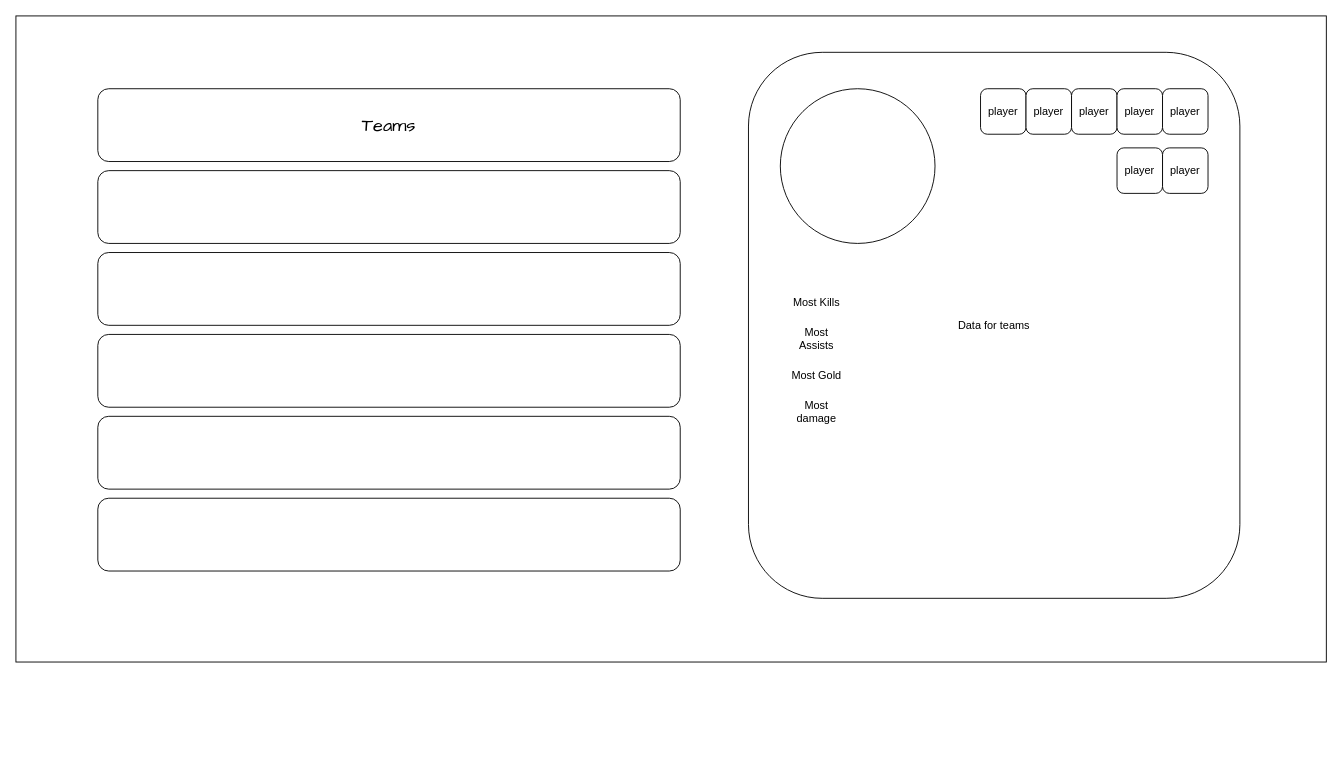
The draw.io diagram daigrams_from_site/Untitled Diagram.drawio in popados/01_diagrams, before the edit. Source tidied: cells renumbered, new cells numbered last; positions are measured from the earlier drawing's top-left corner, leaving out a move shared by most shapes. Both pictures are drawn from the tidied source at 91%, with x=0, y=0 at pixel (15, 15).
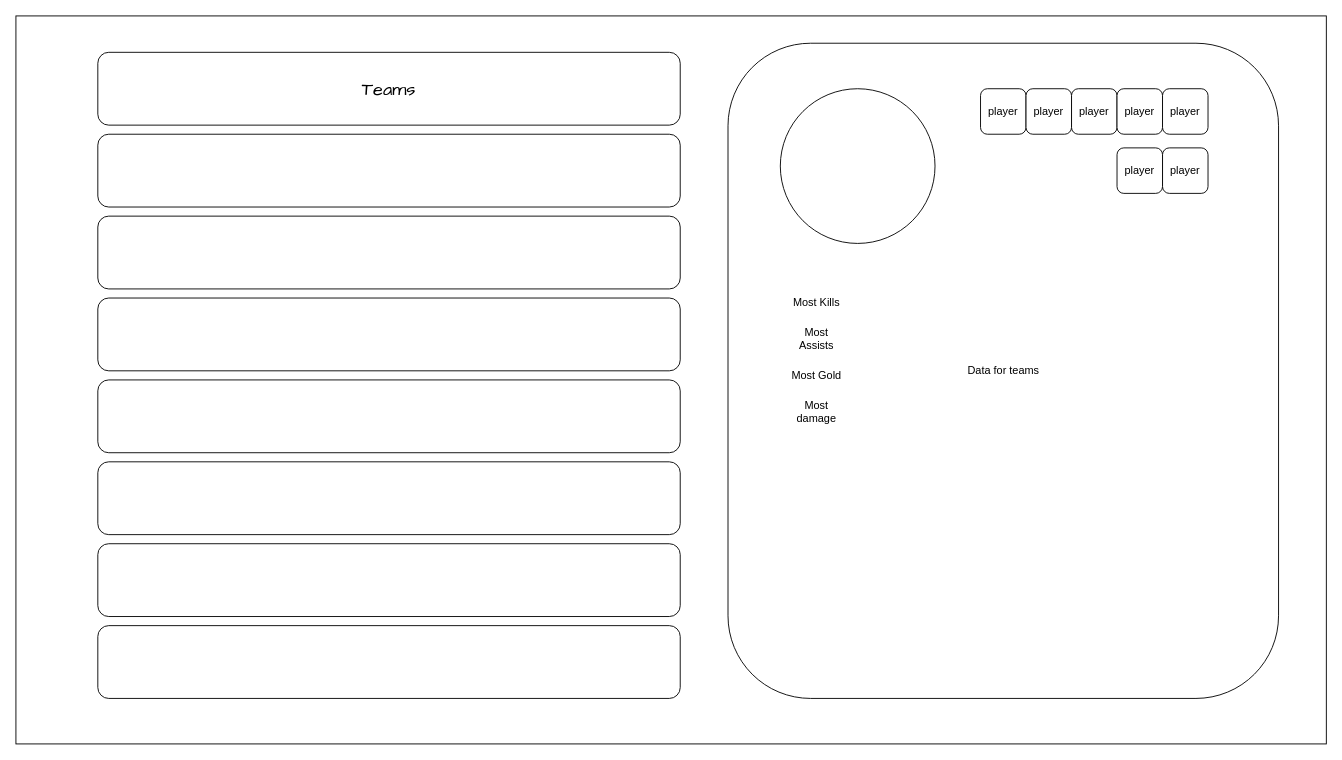
Above is the later version.

The edit, as a diff of the source:
```diff
@@
     <mxCell id="2" style="rounded=0;whiteSpace=wrap;html=1;" parent="1" vertex="1">
-      <mxGeometry width="1440" height="710" as="geometry" />
+      <mxGeometry width="1440" height="800" as="geometry" />
     </mxCell>
     <mxCell id="3" value="Teams" style="rounded=1;whiteSpace=wrap;html=1;hachureGap=4;fontFamily=Architects Daughter;fontSize=20;" parent="1" vertex="1">
-      <mxGeometry x="90" y="80" width="640" height="80" as="geometry" />
+      <mxGeometry x="90" y="40" width="640" height="80" as="geometry" />
     </mxCell>
     <mxCell id="4" style="rounded=1;whiteSpace=wrap;html=1;hachureGap=4;fontFamily=Architects Daughter;fontSize=20;" parent="1" vertex="1">
-      <mxGeometry x="90" y="350" width="640" height="80" as="geometry" />
+      <mxGeometry x="90" y="310" width="640" height="80" as="geometry" />
     </mxCell>
     <mxCell id="5" style="rounded=1;whiteSpace=wrap;html=1;hachureGap=4;fontFamily=Architects Daughter;fontSize=20;" parent="1" vertex="1">
-      <mxGeometry x="90" y="260" width="640" height="80" as="geometry" />
+      <mxGeometry x="90" y="220" width="640" height="80" as="geometry" />
     </mxCell>
     <mxCell id="6" style="rounded=1;whiteSpace=wrap;html=1;hachureGap=4;fontFamily=Architects Daughter;fontSize=20;" parent="1" vertex="1">
-      <mxGeometry x="90" y="170" width="640" height="80" as="geometry" />
+      <mxGeometry x="90" y="130" width="640" height="80" as="geometry" />
     </mxCell>
     <mxCell id="7" style="rounded=1;whiteSpace=wrap;html=1;hachureGap=4;fontFamily=Architects Daughter;fontSize=20;" parent="1" vertex="1">
-      <mxGeometry x="90" y="440" width="640" height="80" as="geometry" />
+      <mxGeometry x="90" y="400" width="640" height="80" as="geometry" />
     </mxCell>
     <mxCell id="8" style="rounded=1;whiteSpace=wrap;html=1;hachureGap=4;fontFamily=Architects Daughter;fontSize=20;" parent="1" vertex="1">
-      <mxGeometry x="90" y="530" width="640" height="80" as="geometry" />
+      <mxGeometry x="90" y="490" width="640" height="80" as="geometry" />
     </mxCell>
     <mxCell id="9" value="Data for teams" style="rounded=1;whiteSpace=wrap;html=1;" parent="1" vertex="1">
-      <mxGeometry x="805" y="40" width="540" height="600" as="geometry" />
+      <mxGeometry x="782.5" y="30" width="605" height="720" as="geometry" />
     </mxCell>
@@
+    <mxCell id="22" style="rounded=1;whiteSpace=wrap;html=1;hachureGap=4;fontFamily=Architects Daughter;fontSize=20;" parent="1" vertex="1">
+      <mxGeometry x="90" y="670" width="640" height="80" as="geometry" />
+    </mxCell>
+    <mxCell id="23" style="rounded=1;whiteSpace=wrap;html=1;hachureGap=4;fontFamily=Architects Daughter;fontSize=20;" parent="1" vertex="1">
+      <mxGeometry x="90" y="580" width="640" height="80" as="geometry" />
+    </mxCell>
```
